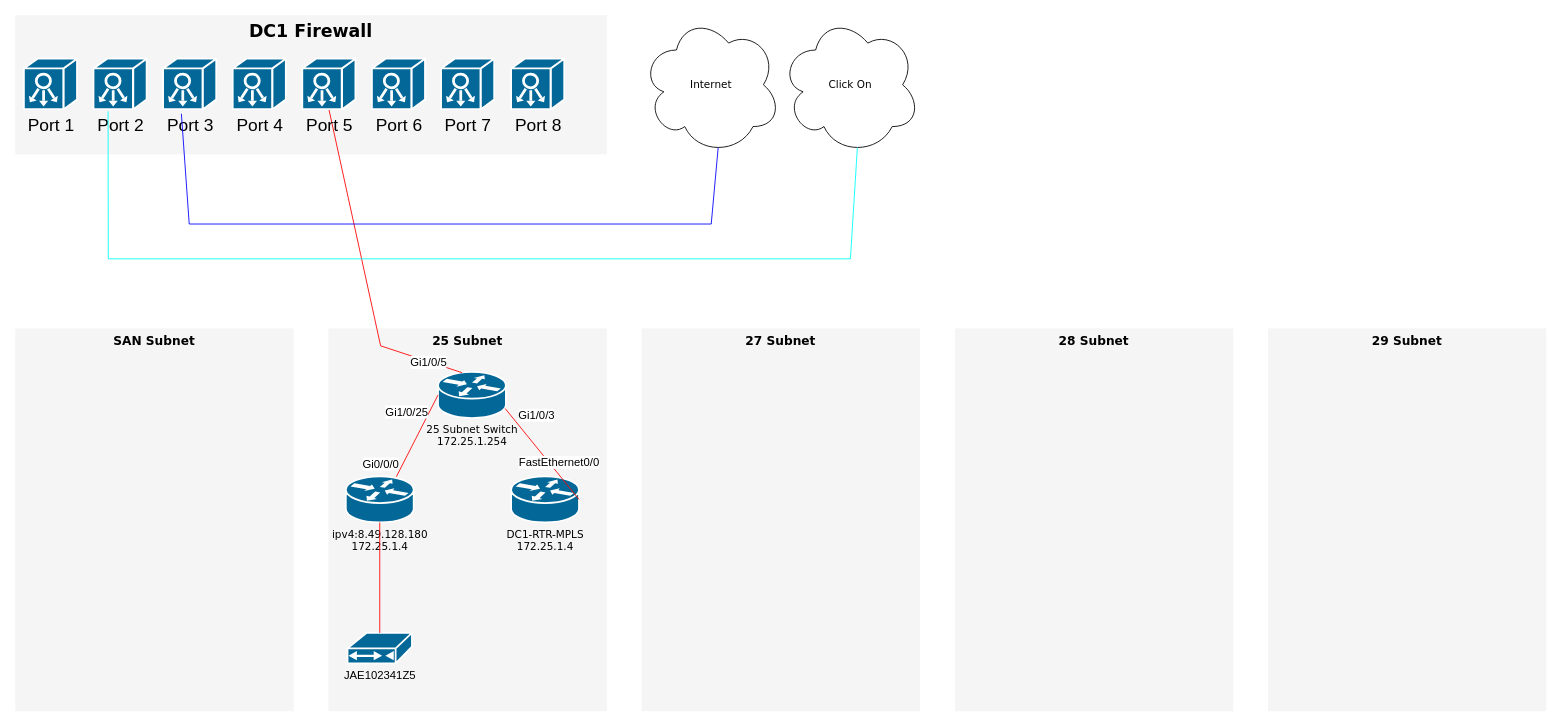
Earlier version of the draw.io diagram .github/DC1.drawio (nhackl/Draw.io). Source tidied: cells renumbered, new cells numbered last; positions are measured from the earlier drawing's top-left corner, leaving out a move shared by most shapes. Both pictures are drawn from the tidied source at 87%, with x=0, y=0 at pixel (15, 15).
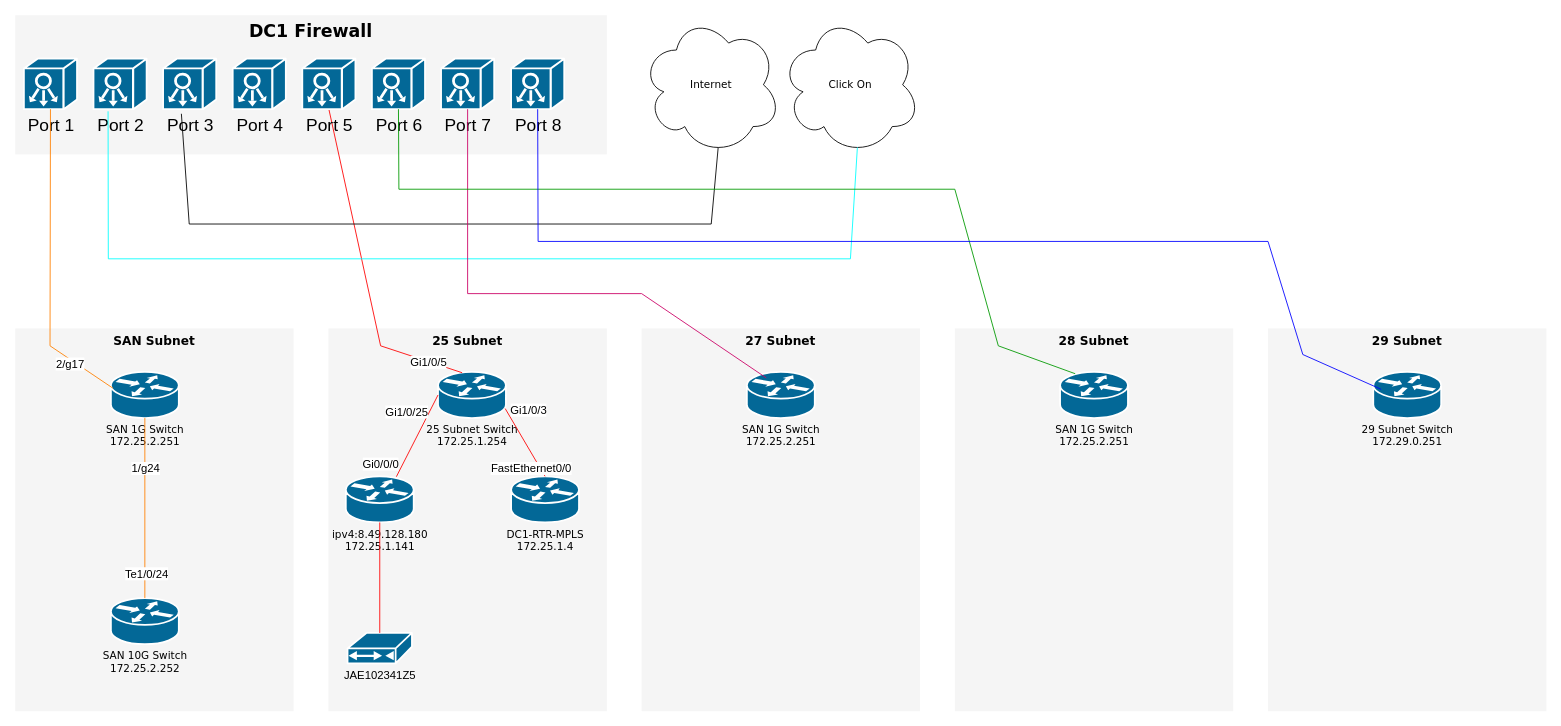
Above is the later version.

The change refers to these unchanged cells:
```xml
<mxCell id="5" value="Internet" style="ellipse;shape=cloud;whiteSpace=wrap;html=1;rounded=0;shadow=0;comic=0;strokeWidth=1;fontFamily=Verdana;fontSize=12;" parent="1" vertex="1">
  <mxGeometry x="720" width="160" height="160" as="geometry" />
</mxCell>
<mxCell id="6" value="25 Subnet Switch&lt;br&gt;172.25.1.254" style="shape=mxgraph.cisco.routers.router;html=1;dashed=0;fillColor=#036897;strokeColor=#ffffff;strokeWidth=2;verticalLabelPosition=bottom;verticalAlign=top;rounded=0;shadow=0;comic=0;fontFamily=Verdana;fontSize=12;" parent="1" vertex="1">
  <mxGeometry x="486" y="410" width="78" height="53" as="geometry" />
</mxCell>
<mxCell id="9" value="Port 1" style="shape=mxgraph.cisco.controllers_and_modules.system_controller;sketch=0;html=1;dashed=0;fillColor=#036897;strokeColor=#ffffff;strokeWidth=2;verticalLabelPosition=bottom;verticalAlign=top;align=center;outlineConnect=0;fontSize=20;" parent="1" vertex="1">
  <mxGeometry x="10" y="50" width="61" height="58" as="geometry" />
</mxCell>
<mxCell id="10" value="Port 6" style="shape=mxgraph.cisco.controllers_and_modules.system_controller;sketch=0;html=1;dashed=0;fillColor=#036897;strokeColor=#ffffff;strokeWidth=2;verticalLabelPosition=bottom;verticalAlign=top;align=center;outlineConnect=0;fontSize=20;" parent="1" vertex="1">
  <mxGeometry x="410" y="50" width="61" height="58" as="geometry" />
</mxCell>
<mxCell id="11" value="Port 7" style="shape=mxgraph.cisco.controllers_and_modules.system_controller;sketch=0;html=1;dashed=0;fillColor=#036897;strokeColor=#ffffff;strokeWidth=2;verticalLabelPosition=bottom;verticalAlign=top;align=center;outlineConnect=0;fontSize=20;" parent="1" vertex="1">
  <mxGeometry x="489.5" y="50" width="61" height="58" as="geometry" />
</mxCell>
<mxCell id="12" value="Port 8" style="shape=mxgraph.cisco.controllers_and_modules.system_controller;sketch=0;html=1;dashed=0;fillColor=#036897;strokeColor=#ffffff;strokeWidth=2;verticalLabelPosition=bottom;verticalAlign=top;align=center;outlineConnect=0;fontSize=20;" parent="1" vertex="1">
  <mxGeometry x="570" y="50" width="61" height="58" as="geometry" />
</mxCell>
<mxCell id="14" value="Port 3" style="shape=mxgraph.cisco.controllers_and_modules.system_controller;sketch=0;html=1;dashed=0;fillColor=#036897;strokeColor=#ffffff;strokeWidth=2;verticalLabelPosition=bottom;verticalAlign=top;align=center;outlineConnect=0;fontSize=20;" parent="1" vertex="1">
  <mxGeometry x="170" y="50" width="61" height="58" as="geometry" />
</mxCell>
<mxCell id="20" value="DC1-RTR-MPLS&lt;br&gt;172.25.1.4" style="shape=mxgraph.cisco.routers.router;html=1;dashed=0;fillColor=#036897;strokeColor=#ffffff;strokeWidth=2;verticalLabelPosition=bottom;verticalAlign=top;rounded=0;shadow=0;comic=0;fontFamily=Verdana;fontSize=12;" parent="1" vertex="1">
  <mxGeometry x="570" y="530" width="78" height="53" as="geometry" />
</mxCell>
```

What changed in the source:
```diff
@@
-    <mxCell id="17" style="endArrow=none;html=1;rounded=0;fontSize=20;entryX=0.344;entryY=1.091;entryDx=0;entryDy=0;entryPerimeter=0;exitX=0.55;exitY=0.95;exitDx=0;exitDy=0;exitPerimeter=0;strokeColor=#0000FF;" parent="1" edge="1" source="5" target="14">
+    <mxCell id="17" style="endArrow=none;html=1;rounded=0;fontSize=20;entryX=0.344;entryY=1.091;entryDx=0;entryDy=0;entryPerimeter=0;exitX=0.55;exitY=0.95;exitDx=0;exitDy=0;exitPerimeter=0;strokeColor=#000000;" parent="1" edge="1" source="5" target="14">
       <mxGeometry relative="1" as="geometry">
         <Array as="points">
           <mxPoint x="800" y="240" />
           <mxPoint x="200" y="240" />
         </Array>
       </mxGeometry>
     </mxCell>
@@
-    <mxCell id="21" value="ipv4:8.49.128.180&lt;br&gt;172.25.1.4" style="shape=mxgraph.cisco.routers.router;html=1;dashed=0;fillColor=#036897;strokeColor=#ffffff;strokeWidth=2;verticalLabelPosition=bottom;verticalAlign=top;rounded=0;shadow=0;comic=0;fontFamily=Verdana;fontSize=12;" parent="1" vertex="1">
+    <mxCell id="21" value="ipv4:8.49.128.180&lt;br&gt;172.25.1.141" style="shape=mxgraph.cisco.routers.router;html=1;dashed=0;fillColor=#036897;strokeColor=#ffffff;strokeWidth=2;verticalLabelPosition=bottom;verticalAlign=top;rounded=0;shadow=0;comic=0;fontFamily=Verdana;fontSize=12;" parent="1" vertex="1">
       <mxGeometry x="380" y="530" width="78" height="53" as="geometry" />
     </mxCell>
@@
-    <mxCell id="23" style="endArrow=none;html=1;rounded=0;fontSize=13;exitX=1;exitY=0.5;exitDx=0;exitDy=0;exitPerimeter=0;entryX=0.989;entryY=0.794;entryDx=0;entryDy=0;entryPerimeter=0;strokeColor=#FF0000;" parent="1" edge="1" source="20" target="6">
+    <mxCell id="23" style="endArrow=none;html=1;rounded=0;fontSize=13;exitX=0.5;exitY=0;exitDx=0;exitDy=0;exitPerimeter=0;entryX=0.989;entryY=0.794;entryDx=0;entryDy=0;entryPerimeter=0;strokeColor=#FF0000;" parent="1" edge="1" source="20" target="6">
       <mxGeometry relative="1" as="geometry" />
     </mxCell>
     <mxCell id="24" value="FastEthernet0/0" style="edgeLabel;html=1;align=center;verticalAlign=middle;fontSize=13;rotation=0;" parent="23" vertex="1">
       <mxGeometry x="-0.67" y="-2" relative="1" as="geometry">
-        <mxPoint x="-11" y="-25" as="offset" />
+        <mxPoint x="-11" y="4" as="offset" />
       </mxGeometry>
     </mxCell>
@@
+    <mxCell id="33" value="SAN 1G Switch&lt;br&gt;172.25.2.251" style="shape=mxgraph.cisco.routers.router;html=1;dashed=0;fillColor=#036897;strokeColor=#ffffff;strokeWidth=2;verticalLabelPosition=bottom;verticalAlign=top;rounded=0;shadow=0;comic=0;fontFamily=Verdana;fontSize=12;" parent="1" vertex="1">
+      <mxGeometry x="110" y="410" width="78" height="53" as="geometry" />
+    </mxCell>
+    <mxCell id="34" style="endArrow=none;html=1;rounded=0;fontSize=13;fontColor=#FF0000;strokeColor=#FF8000;entryX=0.5;entryY=1;entryDx=0;entryDy=0;entryPerimeter=0;exitX=0.027;exitY=0.35;exitDx=0;exitDy=0;exitPerimeter=0;" parent="1" edge="1" source="33" target="9">
+      <mxGeometry relative="1" as="geometry">
+        <Array as="points">
+          <mxPoint x="40" y="380" />
+        </Array>
+      </mxGeometry>
+    </mxCell>
+    <mxCell id="35" value="&lt;font&gt;2/g17&lt;/font&gt;" style="edgeLabel;html=1;align=center;verticalAlign=middle;fontSize=13;fontColor=#000000;" parent="34" vertex="1">
+      <mxGeometry x="-0.87" y="-2" relative="1" as="geometry">
+        <mxPoint x="-32" y="-14" as="offset" />
+      </mxGeometry>
+    </mxCell>
+    <mxCell id="36" value="SAN 10G Switch&lt;br&gt;172.25.2.252" style="shape=mxgraph.cisco.routers.router;html=1;dashed=0;fillColor=#036897;strokeColor=#ffffff;strokeWidth=2;verticalLabelPosition=bottom;verticalAlign=top;rounded=0;shadow=0;comic=0;fontFamily=Verdana;fontSize=12;" parent="1" vertex="1">
+      <mxGeometry x="110" y="670" width="78" height="53" as="geometry" />
+    </mxCell>
+    <mxCell id="37" style="endArrow=none;html=1;rounded=0;fontSize=13;fontColor=#000000;strokeColor=#FF8000;exitX=0.5;exitY=0;exitDx=0;exitDy=0;exitPerimeter=0;entryX=0.5;entryY=1;entryDx=0;entryDy=0;entryPerimeter=0;" parent="1" edge="1" source="36" target="33">
+      <mxGeometry relative="1" as="geometry" />
+    </mxCell>
+    <mxCell id="38" value="1/g24" style="edgeLabel;html=1;align=center;verticalAlign=middle;fontSize=13;fontColor=#000000;" parent="37" vertex="1">
+      <mxGeometry x="0.2" y="-1" relative="1" as="geometry">
+        <mxPoint x="-1" y="-26" as="offset" />
+      </mxGeometry>
+    </mxCell>
+    <mxCell id="39" value="Te1/0/24" style="edgeLabel;html=1;align=center;verticalAlign=middle;fontSize=13;fontColor=#000000;" parent="37" vertex="1">
+      <mxGeometry x="-0.72" y="-1" relative="1" as="geometry" />
+    </mxCell>
+    <mxCell id="40" value="SAN 1G Switch&lt;br&gt;172.25.2.251" style="shape=mxgraph.cisco.routers.router;html=1;dashed=0;fillColor=#036897;strokeColor=#ffffff;strokeWidth=2;verticalLabelPosition=bottom;verticalAlign=top;rounded=0;shadow=0;comic=0;fontFamily=Verdana;fontSize=12;" parent="1" vertex="1">
+      <mxGeometry x="841" y="410" width="78" height="53" as="geometry" />
+    </mxCell>
+    <mxCell id="41" value="SAN 1G Switch&lt;br&gt;172.25.2.251" style="shape=mxgraph.cisco.routers.router;html=1;dashed=0;fillColor=#036897;strokeColor=#ffffff;strokeWidth=2;verticalLabelPosition=bottom;verticalAlign=top;rounded=0;shadow=0;comic=0;fontFamily=Verdana;fontSize=12;" parent="1" vertex="1">
+      <mxGeometry x="1201" y="410" width="78" height="53" as="geometry" />
+    </mxCell>
+    <mxCell id="42" value="29 Subnet Switch&lt;br&gt;172.29.0.251" style="shape=mxgraph.cisco.routers.router;html=1;dashed=0;fillColor=#036897;strokeColor=#ffffff;strokeWidth=2;verticalLabelPosition=bottom;verticalAlign=top;rounded=0;shadow=0;comic=0;fontFamily=Verdana;fontSize=12;" parent="1" vertex="1">
+      <mxGeometry x="1561" y="410" width="78" height="53" as="geometry" />
+    </mxCell>
+    <mxCell id="43" style="endArrow=none;html=1;rounded=0;fontSize=13;fontColor=#000000;strokeColor=#CC0066;entryX=0.5;entryY=1;entryDx=0;entryDy=0;entryPerimeter=0;exitX=0.284;exitY=0.128;exitDx=0;exitDy=0;exitPerimeter=0;" parent="1" edge="1" source="40" target="11">
+      <mxGeometry relative="1" as="geometry">
+        <Array as="points">
+          <mxPoint x="720" y="320" />
+          <mxPoint x="520" y="320" />
+        </Array>
+      </mxGeometry>
+    </mxCell>
+    <mxCell id="44" style="endArrow=none;html=1;rounded=0;fontSize=13;fontColor=#000000;strokeColor=#009900;entryX=0.5;entryY=1;entryDx=0;entryDy=0;entryPerimeter=0;exitX=0.223;exitY=0.039;exitDx=0;exitDy=0;exitPerimeter=0;" parent="1" edge="1" source="41" target="10">
+      <mxGeometry relative="1" as="geometry">
+        <Array as="points">
+          <mxPoint x="1130" y="380" />
+          <mxPoint x="1080" y="200" />
+          <mxPoint x="441" y="200" />
+        </Array>
+      </mxGeometry>
+    </mxCell>
+    <mxCell id="45" style="endArrow=none;html=1;rounded=0;fontSize=13;fontColor=#000000;strokeColor=#0000FF;exitX=0.5;exitY=1;exitDx=0;exitDy=0;exitPerimeter=0;entryX=0.115;entryY=0.377;entryDx=0;entryDy=0;entryPerimeter=0;" parent="1" edge="1" source="12" target="42">
+      <mxGeometry relative="1" as="geometry">
+        <Array as="points">
+          <mxPoint x="601" y="260" />
+          <mxPoint x="1440" y="260" />
+          <mxPoint x="1480" y="390" />
+        </Array>
+      </mxGeometry>
+    </mxCell>
```
